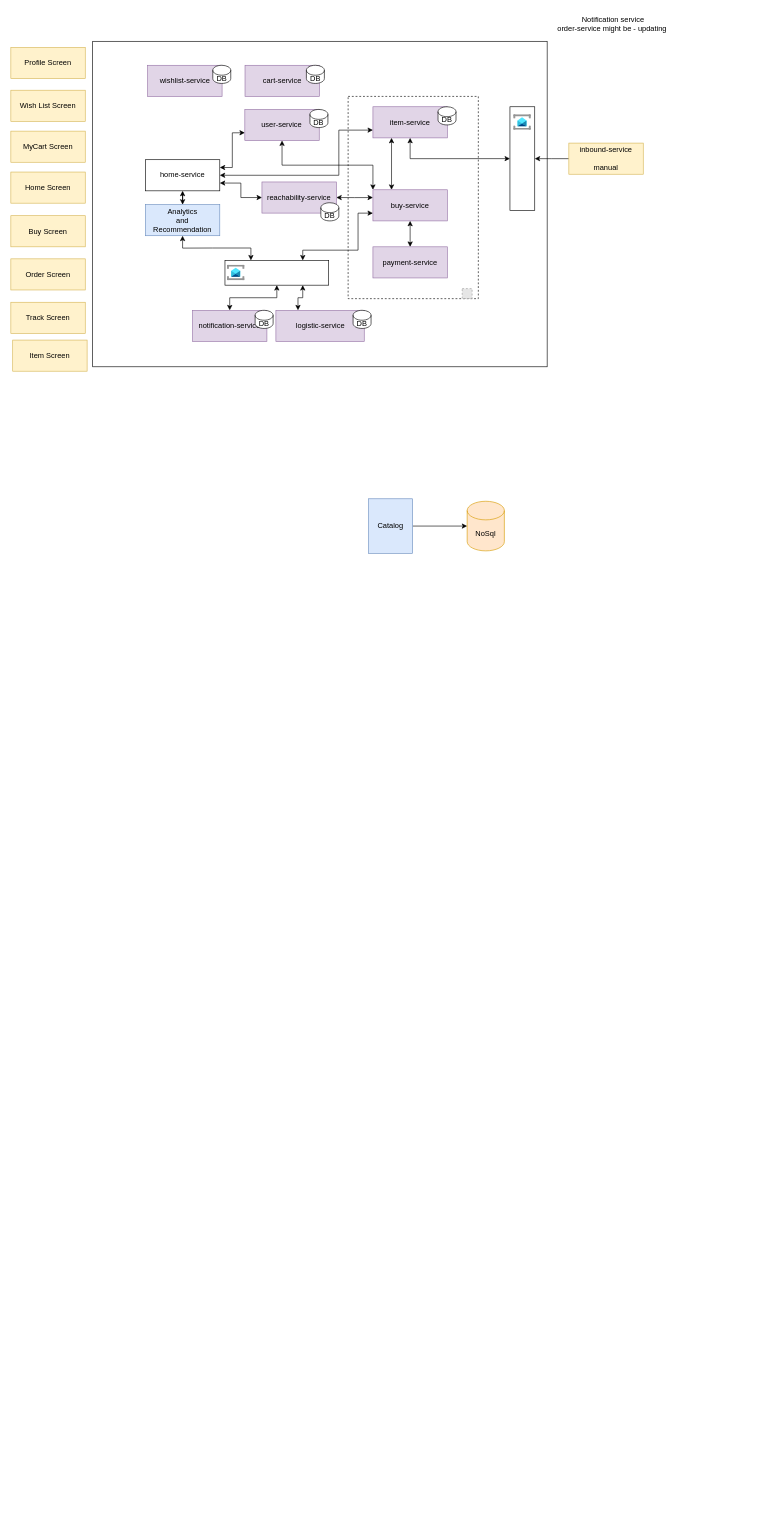
Above: systemdesign.drawio in palash2208/system-design (draw.io), before the change. Source tidied: cells renumbered, new cells numbered last; positions are measured from the earlier drawing's top-left corner, leaving out a move shared by most shapes. Both pictures are drawn from the tidied source at 62%, with x=0, y=0 at pixel (11, 11). Pictures stored in the file or linked from it are replaced by grey dashed boxes.
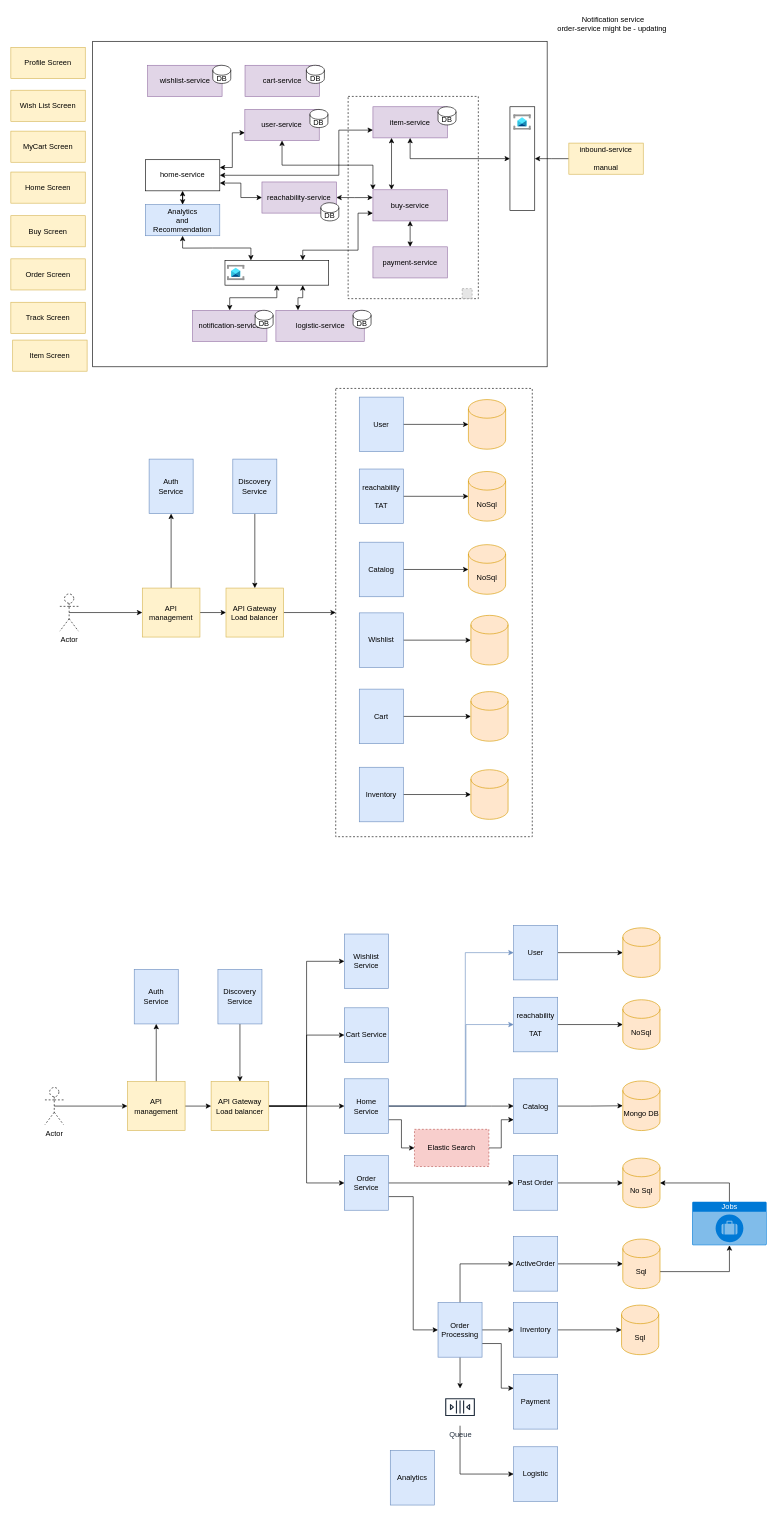
The same diagram, later.

What changed in the source:
```diff
@@
+    <mxCell id="57" style="rounded=0;whiteSpace=wrap;html=1;dashed=1;" parent="1" vertex="1">
+      <mxGeometry x="524" y="609" width="317" height="723" as="geometry" />
+    </mxCell>
@@
     <mxCell id="55" value="Catalog" style="rounded=0;whiteSpace=wrap;html=1;fillColor=#dae8fc;strokeColor=#6c8ebf;" parent="1" vertex="1">
-      <mxGeometry x="577" y="787" width="71" height="88" as="geometry" />
+      <mxGeometry x="562" y="857" width="71" height="88" as="geometry" />
     </mxCell>
     <mxCell id="56" value="NoSql" style="shape=cylinder3;whiteSpace=wrap;html=1;boundedLbl=1;backgroundOutline=1;size=15;fillColor=#ffe6cc;strokeColor=#d79b00;" parent="1" vertex="1">
-      <mxGeometry x="736" y="791" width="60" height="80" as="geometry" />
+      <mxGeometry x="738" y="861" width="60" height="80" as="geometry" />
     </mxCell>
+    <mxCell id="58" style="edgeStyle=orthogonalEdgeStyle;rounded=0;jettySize=auto;html=1;exitX=1;exitY=0.5;exitDx=0;exitDy=0;entryX=0;entryY=0.5;entryDx=0;entryDy=0;" parent="1" edge="1" source="59" target="57">
+      <mxGeometry relative="1" as="geometry" />
+    </mxCell>
+    <mxCell id="59" value="API Gateway&lt;br&gt;Load balancer" style="rounded=0;whiteSpace=wrap;html=1;fillColor=#fff2cc;strokeColor=#d6b656;" parent="1" vertex="1">
+      <mxGeometry x="347" y="931" width="93" height="79" as="geometry" />
+    </mxCell>
+    <mxCell id="60" style="edgeStyle=orthogonalEdgeStyle;rounded=0;jettySize=auto;html=1;" parent="1" edge="1" source="61" target="62">
+      <mxGeometry relative="1" as="geometry" />
+    </mxCell>
+    <mxCell id="61" value="Wishlist" style="rounded=0;whiteSpace=wrap;html=1;fillColor=#dae8fc;strokeColor=#6c8ebf;" parent="1" vertex="1">
+      <mxGeometry x="562" y="971" width="71" height="88" as="geometry" />
+    </mxCell>
+    <mxCell id="62" style="shape=cylinder3;whiteSpace=wrap;html=1;boundedLbl=1;backgroundOutline=1;size=15;fillColor=#ffe6cc;strokeColor=#d79b00;" parent="1" vertex="1">
+      <mxGeometry x="742" y="975" width="60" height="80" as="geometry" />
+    </mxCell>
+    <mxCell id="63" style="edgeStyle=orthogonalEdgeStyle;rounded=0;jettySize=auto;html=1;" parent="1" edge="1" source="64" target="65">
+      <mxGeometry relative="1" as="geometry" />
+    </mxCell>
+    <mxCell id="64" value="Cart" style="rounded=0;whiteSpace=wrap;html=1;fillColor=#dae8fc;strokeColor=#6c8ebf;" parent="1" vertex="1">
+      <mxGeometry x="562" y="1094" width="71" height="88" as="geometry" />
+    </mxCell>
+    <mxCell id="65" style="shape=cylinder3;whiteSpace=wrap;html=1;boundedLbl=1;backgroundOutline=1;size=15;fillColor=#ffe6cc;strokeColor=#d79b00;" parent="1" vertex="1">
+      <mxGeometry x="742" y="1098" width="60" height="80" as="geometry" />
+    </mxCell>
+    <mxCell id="66" style="edgeStyle=orthogonalEdgeStyle;rounded=0;jettySize=auto;html=1;" parent="1" edge="1" source="67" target="68">
+      <mxGeometry relative="1" as="geometry" />
+    </mxCell>
+    <mxCell id="67" value="Inventory" style="rounded=0;whiteSpace=wrap;html=1;fillColor=#dae8fc;strokeColor=#6c8ebf;" parent="1" vertex="1">
+      <mxGeometry x="562" y="1220" width="71" height="88" as="geometry" />
+    </mxCell>
+    <mxCell id="68" style="shape=cylinder3;whiteSpace=wrap;html=1;boundedLbl=1;backgroundOutline=1;size=15;fillColor=#ffe6cc;strokeColor=#d79b00;" parent="1" vertex="1">
+      <mxGeometry x="742" y="1224" width="60" height="80" as="geometry" />
+    </mxCell>
+    <mxCell id="69" style="edgeStyle=orthogonalEdgeStyle;rounded=0;jettySize=auto;html=1;" parent="1" edge="1" source="70" target="71">
+      <mxGeometry relative="1" as="geometry" />
+    </mxCell>
+    <mxCell id="70" value="reachability&lt;br&gt;&lt;br&gt;TAT" style="rounded=0;whiteSpace=wrap;html=1;fillColor=#dae8fc;strokeColor=#6c8ebf;" parent="1" vertex="1">
+      <mxGeometry x="562" y="739" width="71" height="88" as="geometry" />
+    </mxCell>
+    <mxCell id="71" value="NoSql" style="shape=cylinder3;whiteSpace=wrap;html=1;boundedLbl=1;backgroundOutline=1;size=15;fillColor=#ffe6cc;strokeColor=#d79b00;" parent="1" vertex="1">
+      <mxGeometry x="738" y="743" width="60" height="80" as="geometry" />
+    </mxCell>
+    <mxCell id="72" style="edgeStyle=orthogonalEdgeStyle;rounded=0;jettySize=auto;html=1;" parent="1" edge="1" source="73" target="74">
+      <mxGeometry relative="1" as="geometry" />
+    </mxCell>
+    <mxCell id="73" value="User" style="rounded=0;whiteSpace=wrap;html=1;fillColor=#dae8fc;strokeColor=#6c8ebf;" parent="1" vertex="1">
+      <mxGeometry x="562" y="623" width="71" height="88" as="geometry" />
+    </mxCell>
+    <mxCell id="74" style="shape=cylinder3;whiteSpace=wrap;html=1;boundedLbl=1;backgroundOutline=1;size=15;fillColor=#ffe6cc;strokeColor=#d79b00;" parent="1" vertex="1">
+      <mxGeometry x="738" y="627" width="60" height="80" as="geometry" />
+    </mxCell>
+    <mxCell id="75" value="Auth&lt;br&gt;Service" style="rounded=0;whiteSpace=wrap;html=1;fillColor=#dae8fc;strokeColor=#6c8ebf;" parent="1" vertex="1">
+      <mxGeometry x="223" y="723" width="71" height="88" as="geometry" />
+    </mxCell>
+    <mxCell id="76" style="edgeStyle=orthogonalEdgeStyle;rounded=0;jettySize=auto;html=1;" parent="1" edge="1" source="78" target="75">
+      <mxGeometry relative="1" as="geometry" />
+    </mxCell>
+    <mxCell id="77" style="edgeStyle=orthogonalEdgeStyle;rounded=0;jettySize=auto;html=1;exitX=1;exitY=0.5;exitDx=0;exitDy=0;" parent="1" edge="1" source="78" target="59">
+      <mxGeometry relative="1" as="geometry" />
+    </mxCell>
+    <mxCell id="78" value="API management" style="rounded=0;whiteSpace=wrap;html=1;fillColor=#fff2cc;strokeColor=#d6b656;" parent="1" vertex="1">
+      <mxGeometry x="212" y="931" width="93" height="79" as="geometry" />
+    </mxCell>
+    <mxCell id="79" style="edgeStyle=orthogonalEdgeStyle;rounded=0;jettySize=auto;html=1;exitX=0.5;exitY=0.5;exitDx=0;exitDy=0;exitPerimeter=0;entryX=0;entryY=0.5;entryDx=0;entryDy=0;" parent="1" edge="1" source="80" target="78">
+      <mxGeometry relative="1" as="geometry" />
+    </mxCell>
+    <mxCell id="80" value="Actor" style="shape=umlActor;verticalLabelPosition=bottom;verticalAlign=top;html=1;outlineConnect=0;dashed=1;" parent="1" vertex="1">
+      <mxGeometry x="79" y="940.5" width="30" height="60" as="geometry" />
+    </mxCell>
+    <mxCell id="81" style="edgeStyle=orthogonalEdgeStyle;rounded=0;jettySize=auto;html=1;exitX=0.5;exitY=1;exitDx=0;exitDy=0;" parent="1" edge="1" source="82" target="59">
+      <mxGeometry relative="1" as="geometry" />
+    </mxCell>
+    <mxCell id="82" value="Discovery Service" style="rounded=0;whiteSpace=wrap;html=1;fillColor=#dae8fc;strokeColor=#6c8ebf;" parent="1" vertex="1">
+      <mxGeometry x="358" y="723" width="71" height="88" as="geometry" />
+    </mxCell>
+    <mxCell id="83" style="edgeStyle=orthogonalEdgeStyle;rounded=0;jettySize=auto;html=1;exitX=1;exitY=0.5;exitDx=0;exitDy=0;entryX=0;entryY=0.5;entryDx=0;entryDy=0;" parent="1" edge="1" source="87" target="100">
+      <mxGeometry relative="1" as="geometry" />
+    </mxCell>
+    <mxCell id="84" style="edgeStyle=orthogonalEdgeStyle;rounded=0;jettySize=auto;html=1;exitX=1;exitY=0.5;exitDx=0;exitDy=0;entryX=0;entryY=0.5;entryDx=0;entryDy=0;" parent="1" edge="1" source="87" target="107">
+      <mxGeometry relative="1" as="geometry" />
+    </mxCell>
+    <mxCell id="85" style="edgeStyle=orthogonalEdgeStyle;rounded=0;jettySize=auto;html=1;exitX=1;exitY=0.5;exitDx=0;exitDy=0;entryX=0;entryY=0.5;entryDx=0;entryDy=0;" parent="1" edge="1" source="87" target="111">
+      <mxGeometry relative="1" as="geometry" />
+    </mxCell>
+    <mxCell id="86" style="edgeStyle=orthogonalEdgeStyle;rounded=0;jettySize=auto;html=1;exitX=1;exitY=0.5;exitDx=0;exitDy=0;entryX=0;entryY=0.5;entryDx=0;entryDy=0;" parent="1" edge="1" source="87" target="118">
+      <mxGeometry relative="1" as="geometry" />
+    </mxCell>
+    <mxCell id="87" value="API Gateway&lt;br&gt;Load balancer" style="rounded=0;whiteSpace=wrap;html=1;fillColor=#fff2cc;strokeColor=#d6b656;" parent="1" vertex="1">
+      <mxGeometry x="323" y="1727" width="93" height="79" as="geometry" />
+    </mxCell>
+    <mxCell id="88" value="Auth&lt;br&gt;Service" style="rounded=0;whiteSpace=wrap;html=1;fillColor=#dae8fc;strokeColor=#6c8ebf;" parent="1" vertex="1">
+      <mxGeometry x="199" y="1546" width="71" height="88" as="geometry" />
+    </mxCell>
+    <mxCell id="89" style="edgeStyle=orthogonalEdgeStyle;rounded=0;jettySize=auto;html=1;" parent="1" edge="1" source="91" target="88">
+      <mxGeometry relative="1" as="geometry" />
+    </mxCell>
+    <mxCell id="90" style="edgeStyle=orthogonalEdgeStyle;rounded=0;jettySize=auto;html=1;exitX=1;exitY=0.5;exitDx=0;exitDy=0;" parent="1" edge="1" source="91" target="87">
+      <mxGeometry relative="1" as="geometry" />
+    </mxCell>
+    <mxCell id="91" value="API management" style="rounded=0;whiteSpace=wrap;html=1;fillColor=#fff2cc;strokeColor=#d6b656;" parent="1" vertex="1">
+      <mxGeometry x="188" y="1727" width="93" height="79" as="geometry" />
+    </mxCell>
+    <mxCell id="92" style="edgeStyle=orthogonalEdgeStyle;rounded=0;jettySize=auto;html=1;exitX=0.5;exitY=0.5;exitDx=0;exitDy=0;exitPerimeter=0;entryX=0;entryY=0.5;entryDx=0;entryDy=0;" parent="1" edge="1" source="93" target="91">
+      <mxGeometry relative="1" as="geometry" />
+    </mxCell>
+    <mxCell id="93" value="Actor" style="shape=umlActor;verticalLabelPosition=bottom;verticalAlign=top;html=1;outlineConnect=0;dashed=1;" parent="1" vertex="1">
+      <mxGeometry x="55" y="1736.5" width="30" height="60" as="geometry" />
+    </mxCell>
+    <mxCell id="94" style="edgeStyle=orthogonalEdgeStyle;rounded=0;jettySize=auto;html=1;exitX=0.5;exitY=1;exitDx=0;exitDy=0;" parent="1" edge="1" source="95" target="87">
+      <mxGeometry relative="1" as="geometry" />
+    </mxCell>
+    <mxCell id="95" value="Discovery Service" style="rounded=0;whiteSpace=wrap;html=1;fillColor=#dae8fc;strokeColor=#6c8ebf;" parent="1" vertex="1">
+      <mxGeometry x="334" y="1546" width="71" height="88" as="geometry" />
+    </mxCell>
+    <mxCell id="96" style="edgeStyle=orthogonalEdgeStyle;rounded=0;jettySize=auto;html=1;exitX=1;exitY=0.5;exitDx=0;exitDy=0;entryX=0;entryY=0.5;entryDx=0;entryDy=0;fillColor=#dae8fc;strokeColor=#6c8ebf;" parent="1" edge="1" source="100" target="105">
+      <mxGeometry relative="1" as="geometry">
+        <Array as="points">
+          <mxPoint x="733" y="1767" />
+          <mxPoint x="733" y="1519" />
+        </Array>
+      </mxGeometry>
+    </mxCell>
+    <mxCell id="97" style="edgeStyle=orthogonalEdgeStyle;rounded=0;jettySize=auto;html=1;exitX=1;exitY=0.5;exitDx=0;exitDy=0;entryX=0;entryY=0.5;entryDx=0;entryDy=0;fillColor=#dae8fc;strokeColor=#6c8ebf;" parent="1" edge="1" source="100" target="102">
+      <mxGeometry relative="1" as="geometry">
+        <Array as="points">
+          <mxPoint x="734" y="1767" />
+          <mxPoint x="734" y="1635" />
+        </Array>
+      </mxGeometry>
+    </mxCell>
+    <mxCell id="98" style="edgeStyle=orthogonalEdgeStyle;rounded=0;jettySize=auto;html=1;exitX=1;exitY=0.5;exitDx=0;exitDy=0;" parent="1" edge="1" source="100" target="109">
+      <mxGeometry relative="1" as="geometry">
+        <Array as="points">
+          <mxPoint x="775" y="1767" />
+          <mxPoint x="775" y="1767" />
+        </Array>
+      </mxGeometry>
+    </mxCell>
+    <mxCell id="99" style="edgeStyle=orthogonalEdgeStyle;rounded=0;jettySize=auto;html=1;exitX=1;exitY=0.75;exitDx=0;exitDy=0;startArrow=none;startFill=0;endArrow=classic;endFill=1;" parent="1" edge="1" source="100" target="138">
+      <mxGeometry relative="1" as="geometry" />
+    </mxCell>
+    <mxCell id="100" value="Home&lt;br&gt;Service" style="rounded=0;whiteSpace=wrap;html=1;fillColor=#dae8fc;strokeColor=#6c8ebf;" parent="1" vertex="1">
+      <mxGeometry x="538" y="1722.5" width="71" height="88" as="geometry" />
+    </mxCell>
+    <mxCell id="101" style="edgeStyle=orthogonalEdgeStyle;rounded=0;jettySize=auto;html=1;" parent="1" edge="1" source="102" target="103">
+      <mxGeometry relative="1" as="geometry" />
+    </mxCell>
+    <mxCell id="102" value="reachability&lt;br&gt;&lt;br&gt;TAT" style="rounded=0;whiteSpace=wrap;html=1;fillColor=#dae8fc;strokeColor=#6c8ebf;" parent="1" vertex="1">
+      <mxGeometry x="811" y="1591" width="71" height="88" as="geometry" />
+    </mxCell>
+    <mxCell id="103" value="NoSql" style="shape=cylinder3;whiteSpace=wrap;html=1;boundedLbl=1;backgroundOutline=1;size=15;fillColor=#ffe6cc;strokeColor=#d79b00;" parent="1" vertex="1">
+      <mxGeometry x="987" y="1595" width="60" height="80" as="geometry" />
+    </mxCell>
+    <mxCell id="104" style="edgeStyle=orthogonalEdgeStyle;rounded=0;jettySize=auto;html=1;" parent="1" edge="1" source="105" target="106">
+      <mxGeometry relative="1" as="geometry" />
+    </mxCell>
+    <mxCell id="105" value="User" style="rounded=0;whiteSpace=wrap;html=1;fillColor=#dae8fc;strokeColor=#6c8ebf;" parent="1" vertex="1">
+      <mxGeometry x="811" y="1475" width="71" height="88" as="geometry" />
+    </mxCell>
+    <mxCell id="106" style="shape=cylinder3;whiteSpace=wrap;html=1;boundedLbl=1;backgroundOutline=1;size=15;fillColor=#ffe6cc;strokeColor=#d79b00;" parent="1" vertex="1">
+      <mxGeometry x="987" y="1479" width="60" height="80" as="geometry" />
+    </mxCell>
+    <mxCell id="107" value="Cart Service" style="rounded=0;whiteSpace=wrap;html=1;fillColor=#dae8fc;strokeColor=#6c8ebf;" parent="1" vertex="1">
+      <mxGeometry x="538" y="1608" width="71" height="88" as="geometry" />
+    </mxCell>
+    <mxCell id="108" style="edgeStyle=orthogonalEdgeStyle;rounded=0;jettySize=auto;html=1;" parent="1" edge="1" source="109" target="110">
+      <mxGeometry relative="1" as="geometry" />
+    </mxCell>
+    <mxCell id="109" value="Catalog" style="rounded=0;whiteSpace=wrap;html=1;fillColor=#dae8fc;strokeColor=#6c8ebf;" parent="1" vertex="1">
+      <mxGeometry x="811" y="1722.5" width="71" height="88" as="geometry" />
+    </mxCell>
+    <mxCell id="110" value="Mongo DB" style="shape=cylinder3;whiteSpace=wrap;html=1;boundedLbl=1;backgroundOutline=1;size=15;fillColor=#ffe6cc;strokeColor=#d79b00;" parent="1" vertex="1">
+      <mxGeometry x="987" y="1726" width="60" height="80" as="geometry" />
+    </mxCell>
+    <mxCell id="111" value="Wishlist&lt;br&gt;Service" style="rounded=0;whiteSpace=wrap;html=1;fillColor=#dae8fc;strokeColor=#6c8ebf;" parent="1" vertex="1">
+      <mxGeometry x="538" y="1489" width="71" height="88" as="geometry" />
+    </mxCell>
+    <mxCell id="112" style="edgeStyle=orthogonalEdgeStyle;rounded=0;jettySize=auto;html=1;" parent="1" edge="1" source="113" target="115">
+      <mxGeometry relative="1" as="geometry" />
+    </mxCell>
+    <mxCell id="113" value="ActiveOrder" style="rounded=0;whiteSpace=wrap;html=1;fillColor=#dae8fc;strokeColor=#6c8ebf;" parent="1" vertex="1">
+      <mxGeometry x="811" y="1977" width="71" height="88" as="geometry" />
+    </mxCell>
+    <mxCell id="114" style="edgeStyle=orthogonalEdgeStyle;rounded=0;jettySize=auto;html=1;exitX=1;exitY=0;exitDx=0;exitDy=52.5;exitPerimeter=0;entryX=0.5;entryY=1;entryDx=0;entryDy=0;entryPerimeter=0;" parent="1" edge="1" source="115" target="133">
+      <mxGeometry relative="1" as="geometry" />
+    </mxCell>
+    <mxCell id="115" value="Sql" style="shape=cylinder3;whiteSpace=wrap;html=1;boundedLbl=1;backgroundOutline=1;size=15;fillColor=#ffe6cc;strokeColor=#d79b00;" parent="1" vertex="1">
+      <mxGeometry x="987" y="1981" width="60" height="80" as="geometry" />
+    </mxCell>
+    <mxCell id="116" style="edgeStyle=orthogonalEdgeStyle;rounded=0;jettySize=auto;html=1;exitX=1;exitY=0.75;exitDx=0;exitDy=0;entryX=0;entryY=0.5;entryDx=0;entryDy=0;" parent="1" edge="1" source="118" target="123">
+      <mxGeometry relative="1" as="geometry" />
+    </mxCell>
+    <mxCell id="117" style="edgeStyle=orthogonalEdgeStyle;rounded=0;jettySize=auto;html=1;exitX=1;exitY=0.5;exitDx=0;exitDy=0;" parent="1" edge="1" source="118" target="130">
+      <mxGeometry relative="1" as="geometry" />
+    </mxCell>
+    <mxCell id="118" value="Order&lt;br&gt;Service" style="rounded=0;whiteSpace=wrap;html=1;fillColor=#dae8fc;strokeColor=#6c8ebf;" parent="1" vertex="1">
+      <mxGeometry x="538" y="1846.5" width="71" height="88" as="geometry" />
+    </mxCell>
+    <mxCell id="119" style="edgeStyle=orthogonalEdgeStyle;rounded=0;jettySize=auto;html=1;exitX=0.5;exitY=0;exitDx=0;exitDy=0;entryX=0;entryY=0.5;entryDx=0;entryDy=0;" parent="1" edge="1" source="123" target="113">
+      <mxGeometry relative="1" as="geometry" />
+    </mxCell>
+    <mxCell id="120" style="edgeStyle=orthogonalEdgeStyle;rounded=0;jettySize=auto;html=1;" parent="1" edge="1" source="123" target="126">
+      <mxGeometry relative="1" as="geometry" />
+    </mxCell>
+    <mxCell id="121" style="edgeStyle=orthogonalEdgeStyle;rounded=0;jettySize=auto;html=1;" parent="1" edge="1" source="123" target="124">
+      <mxGeometry relative="1" as="geometry">
+        <Array as="points">
+          <mxPoint x="743" y="2272.5" />
+        </Array>
+      </mxGeometry>
+    </mxCell>
+    <mxCell id="122" style="edgeStyle=orthogonalEdgeStyle;rounded=0;jettySize=auto;html=1;exitX=1;exitY=0.75;exitDx=0;exitDy=0;entryX=0;entryY=0.25;entryDx=0;entryDy=0;" parent="1" edge="1" source="123" target="128">
+      <mxGeometry relative="1" as="geometry">
+        <Array as="points">
+          <mxPoint x="791" y="2149.5" />
+          <mxPoint x="791" y="2221.5" />
+        </Array>
+      </mxGeometry>
+    </mxCell>
+    <mxCell id="123" value="Order&lt;br&gt;Processing" style="rounded=0;whiteSpace=wrap;html=1;fillColor=#dae8fc;strokeColor=#6c8ebf;" parent="1" vertex="1">
+      <mxGeometry x="689" y="2083.5" width="71" height="88" as="geometry" />
+    </mxCell>
+    <mxCell id="124" value="Queue" style="outlineConnect=0;fontColor=#232F3E;gradientColor=none;strokeColor=#232F3E;fillColor=#ffffff;dashed=0;verticalLabelPosition=bottom;verticalAlign=top;align=center;html=1;fontSize=12;fontStyle=0;shape=mxgraph.aws4.resourceIcon;resIcon=mxgraph.aws4.queue;" parent="1" vertex="1">
+      <mxGeometry x="694.5" y="2222" width="60" height="60" as="geometry" />
+    </mxCell>
+    <mxCell id="125" style="edgeStyle=orthogonalEdgeStyle;rounded=0;jettySize=auto;html=1;" parent="1" edge="1" source="126" target="127">
+      <mxGeometry relative="1" as="geometry" />
+    </mxCell>
+    <mxCell id="126" value="Inventory" style="rounded=0;whiteSpace=wrap;html=1;fillColor=#dae8fc;strokeColor=#6c8ebf;" parent="1" vertex="1">
+      <mxGeometry x="811" y="2083.5" width="71" height="88" as="geometry" />
+    </mxCell>
+    <mxCell id="127" value="Sql" style="shape=cylinder3;whiteSpace=wrap;html=1;boundedLbl=1;backgroundOutline=1;size=15;fillColor=#ffe6cc;strokeColor=#d79b00;" parent="1" vertex="1">
+      <mxGeometry x="985" y="2087.5" width="60" height="80" as="geometry" />
+    </mxCell>
+    <mxCell id="128" value="Payment" style="rounded=0;whiteSpace=wrap;html=1;fillColor=#dae8fc;strokeColor=#6c8ebf;" parent="1" vertex="1">
+      <mxGeometry x="811" y="2199.5" width="71" height="88" as="geometry" />
+    </mxCell>
+    <mxCell id="129" style="edgeStyle=orthogonalEdgeStyle;rounded=0;jettySize=auto;html=1;" parent="1" edge="1" source="130" target="131">
+      <mxGeometry relative="1" as="geometry" />
+    </mxCell>
+    <mxCell id="130" value="Past Order" style="rounded=0;whiteSpace=wrap;html=1;fillColor=#dae8fc;strokeColor=#6c8ebf;" parent="1" vertex="1">
+      <mxGeometry x="811" y="1846.5" width="71" height="88" as="geometry" />
+    </mxCell>
+    <mxCell id="131" value="No Sql" style="shape=cylinder3;whiteSpace=wrap;html=1;boundedLbl=1;backgroundOutline=1;size=15;fillColor=#ffe6cc;strokeColor=#d79b00;" parent="1" vertex="1">
+      <mxGeometry x="987" y="1850.5" width="60" height="80" as="geometry" />
+    </mxCell>
+    <mxCell id="132" style="edgeStyle=orthogonalEdgeStyle;rounded=0;jettySize=auto;html=1;exitX=0.5;exitY=0;exitDx=0;exitDy=0;exitPerimeter=0;" parent="1" edge="1" source="133" target="131">
+      <mxGeometry relative="1" as="geometry" />
+    </mxCell>
+    <mxCell id="133" value="Jobs" style="html=1;strokeColor=none;fillColor=#0079D6;labelPosition=center;verticalLabelPosition=middle;verticalAlign=top;align=center;fontSize=12;outlineConnect=0;spacingTop=-6;fontColor=#FFFFFF;shape=mxgraph.sitemap.jobs;dashed=1;" parent="1" vertex="1">
+      <mxGeometry x="1099" y="1921" width="120" height="70" as="geometry" />
+    </mxCell>
+    <mxCell id="134" style="edgeStyle=orthogonalEdgeStyle;rounded=0;jettySize=auto;html=1;exitX=0;exitY=0.5;exitDx=0;exitDy=0;endArrow=none;endFill=0;startArrow=classic;startFill=1;" parent="1" edge="1" source="135" target="124">
+      <mxGeometry relative="1" as="geometry" />
+    </mxCell>
+    <mxCell id="135" value="Logistic" style="rounded=0;whiteSpace=wrap;html=1;fillColor=#dae8fc;strokeColor=#6c8ebf;" parent="1" vertex="1">
+      <mxGeometry x="811" y="2316" width="71" height="88" as="geometry" />
+    </mxCell>
+    <mxCell id="136" value="Analytics" style="rounded=0;whiteSpace=wrap;html=1;fillColor=#dae8fc;strokeColor=#6c8ebf;" parent="1" vertex="1">
+      <mxGeometry x="612" y="2322" width="71" height="88" as="geometry" />
+    </mxCell>
+    <mxCell id="137" style="edgeStyle=orthogonalEdgeStyle;rounded=0;jettySize=auto;html=1;exitX=1;exitY=0.5;exitDx=0;exitDy=0;entryX=0;entryY=0.75;entryDx=0;entryDy=0;startArrow=none;startFill=0;endArrow=classic;endFill=1;" parent="1" edge="1" source="138" target="109">
+      <mxGeometry relative="1" as="geometry" />
+    </mxCell>
+    <mxCell id="138" value="Elastic Search" style="rounded=0;whiteSpace=wrap;html=1;dashed=1;fillColor=#f8cecc;strokeColor=#b85450;" parent="1" vertex="1">
+      <mxGeometry x="651" y="1804" width="120" height="60" as="geometry" />
+    </mxCell>
```
